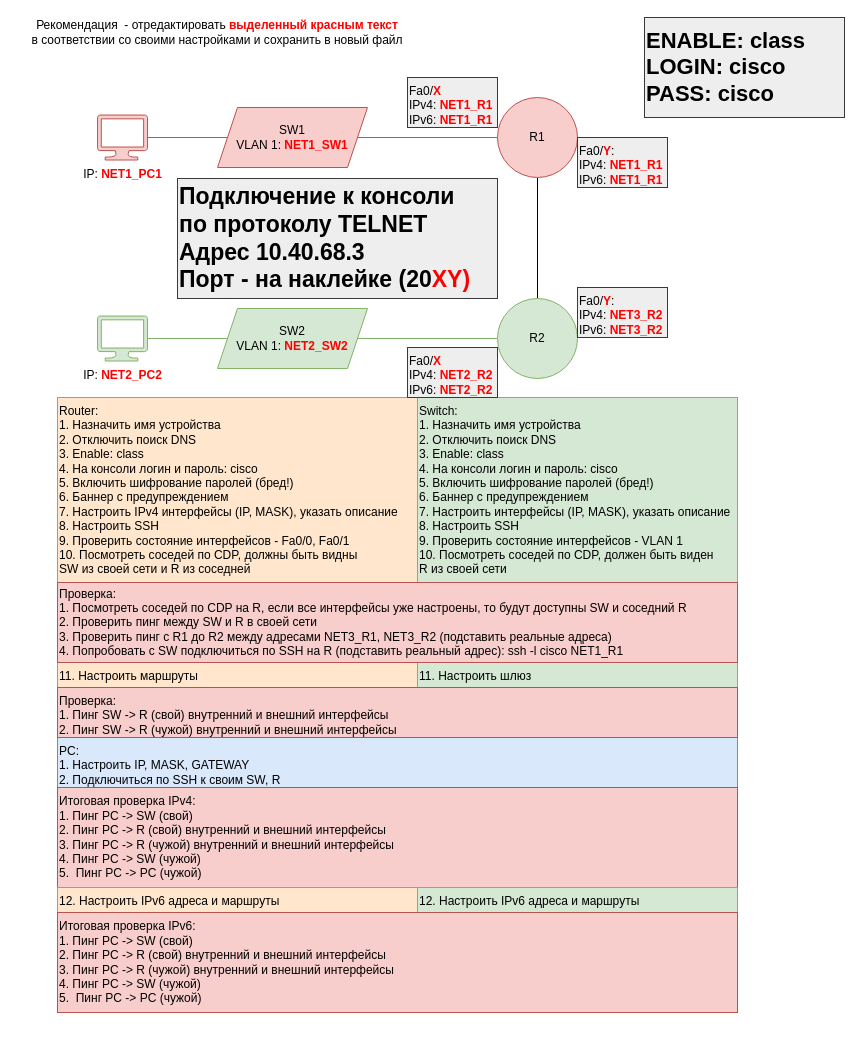
The draw.io diagram CiscoNET.drawio in plazmer/Diagrams.Net, before the edit. Source tidied: cells renumbered, new cells numbered last; positions are measured from the earlier drawing's top-left corner, leaving out a move shared by most shapes. Both pictures are drawn from the tidied source at 100%, with x=0, y=0 at pixel (17, 17).
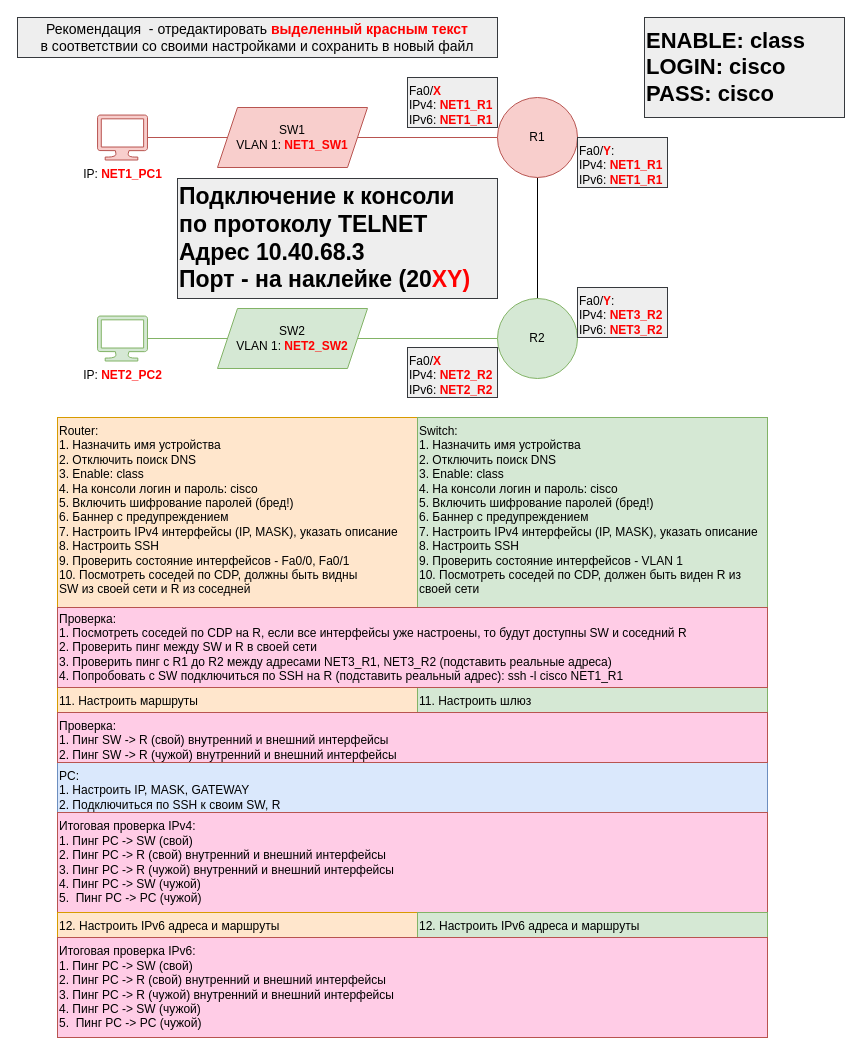
The same page after the edit.

The edit, as a diff of the source:
```diff
@@
     <mxCell id="15" value="11. Настроить маршруты" style="text;html=1;strokeColor=#d79b00;fillColor=#ffe6cc;align=left;verticalAlign=top;whiteSpace=wrap;rounded=0;" parent="1" vertex="1">
-      <mxGeometry x="40" y="645" width="360" height="25" as="geometry" />
+      <mxGeometry x="40" y="670" width="360" height="25" as="geometry" />
     </mxCell>
     <mxCell id="16" value="11. Настроить шлюз" style="text;html=1;strokeColor=#82b366;fillColor=#d5e8d4;align=left;verticalAlign=top;whiteSpace=wrap;rounded=0;" parent="1" vertex="1">
-      <mxGeometry x="400" y="645" width="320" height="25" as="geometry" />
+      <mxGeometry x="400" y="670" width="350" height="25" as="geometry" />
     </mxCell>
@@
     <mxCell id="19" value="PC:&lt;br&gt;1. Настроить IP, MASK, GATEWAY&lt;br&gt;2. Подключиться по SSH к своим SW, R" style="text;html=1;strokeColor=#6c8ebf;fillColor=#dae8fc;align=left;verticalAlign=top;whiteSpace=wrap;rounded=0;" parent="1" vertex="1">
-      <mxGeometry x="40" y="720" width="680" height="50" as="geometry" />
+      <mxGeometry x="40" y="745" width="710" height="50" as="geometry" />
     </mxCell>
-    <mxCell id="20" value="Итоговая проверка IPv4:&amp;nbsp;&lt;br&gt;1. Пинг PC -&amp;gt; SW (свой)&lt;br&gt;2. Пинг PC -&amp;gt; R (свой) внутренний и внешний интерфейсы&lt;br&gt;3. Пинг PC -&amp;gt; R (чужой) внутренний и внешний интерфейсы&lt;br&gt;4.&amp;nbsp;Пинг PC -&amp;gt; SW (чужой)&lt;br&gt;5.&amp;nbsp;&amp;nbsp;Пинг PC -&amp;gt; PC (чужой)" style="text;html=1;strokeColor=#b85450;fillColor=#f8cecc;align=left;verticalAlign=middle;whiteSpace=wrap;rounded=0;" parent="1" vertex="1">
-      <mxGeometry x="40" y="770" width="680" height="100" as="geometry" />
+    <mxCell id="20" value="Итоговая проверка IPv4:&amp;nbsp;&lt;br&gt;1. Пинг PC -&amp;gt; SW (свой)&lt;br&gt;2. Пинг PC -&amp;gt; R (свой) внутренний и внешний интерфейсы&lt;br&gt;3. Пинг PC -&amp;gt; R (чужой) внутренний и внешний интерфейсы&lt;br&gt;4.&amp;nbsp;Пинг PC -&amp;gt; SW (чужой)&lt;br&gt;5.&amp;nbsp;&amp;nbsp;Пинг PC -&amp;gt; PC (чужой)" style="text;html=1;strokeColor=#b85450;fillColor=#FFCCE6;align=left;verticalAlign=middle;whiteSpace=wrap;rounded=0;" parent="1" vertex="1">
+      <mxGeometry x="40" y="795" width="710" height="100" as="geometry" />
     </mxCell>
     <mxCell id="21" value="Router:&lt;br&gt;1. Назначить имя устройства&lt;br&gt;2. Отключить поиск DNS&lt;br&gt;3. Enable: class&lt;br&gt;4. На консоли логин и пароль: cisco&lt;br&gt;5. Включить шифрование паролей (бред!)&lt;br&gt;6. Баннер с предупреждением&lt;br&gt;7. Настроить IPv4 интерфейсы (IP, MASK), указать описание&lt;br&gt;8. Настроить SSH&lt;br&gt;9. Проверить состояние интерфейсов -&amp;nbsp;Fa0/0, Fa0/1&lt;br&gt;10. Посмотреть соседей по CDP, должны быть видны &lt;br&gt;SW из своей сети и R из соседней" style="text;html=1;strokeColor=#d79b00;fillColor=#ffe6cc;align=left;verticalAlign=top;whiteSpace=wrap;rounded=0;" parent="1" vertex="1">
-      <mxGeometry x="40" y="380" width="360" height="190" as="geometry" />
+      <mxGeometry x="40" y="400" width="360" height="190" as="geometry" />
     </mxCell>
-    <mxCell id="22" value="Switch:&lt;br style=&quot;border-color: var(--border-color);&quot;&gt;1. Назначить имя устройства&lt;br style=&quot;border-color: var(--border-color);&quot;&gt;2. Отключить поиск DNS&lt;br style=&quot;border-color: var(--border-color);&quot;&gt;3. Enable: class&lt;br style=&quot;border-color: var(--border-color);&quot;&gt;4. На консоли логин и пароль: cisco&lt;br style=&quot;border-color: var(--border-color);&quot;&gt;5. Включить шифрование паролей (бред!)&lt;br style=&quot;border-color: var(--border-color);&quot;&gt;6. Баннер с предупреждением&lt;br style=&quot;border-color: var(--border-color);&quot;&gt;7. Настроить интерфейсы (IP, MASK), указать описание&lt;br style=&quot;border-color: var(--border-color);&quot;&gt;8. Настроить SSH&lt;br&gt;9. Проверить состояние интерфейсов - VLAN 1&lt;br&gt;10. Посмотреть соседей по CDP, должен быть виден R&amp;nbsp;из своей сети" style="text;html=1;strokeColor=#82b366;fillColor=#d5e8d4;align=left;verticalAlign=top;whiteSpace=wrap;rounded=0;" parent="1" vertex="1">
-      <mxGeometry x="400" y="380" width="320" height="190" as="geometry" />
+    <mxCell id="22" value="Switch:&lt;br style=&quot;border-color: var(--border-color);&quot;&gt;1. Назначить имя устройства&lt;br style=&quot;border-color: var(--border-color);&quot;&gt;2. Отключить поиск DNS&lt;br style=&quot;border-color: var(--border-color);&quot;&gt;3. Enable: class&lt;br style=&quot;border-color: var(--border-color);&quot;&gt;4. На консоли логин и пароль: cisco&lt;br style=&quot;border-color: var(--border-color);&quot;&gt;5. Включить шифрование паролей (бред!)&lt;br style=&quot;border-color: var(--border-color);&quot;&gt;6. Баннер с предупреждением&lt;br style=&quot;border-color: var(--border-color);&quot;&gt;7. Настроить IPv4 интерфейсы (IP, MASK), указать описание&lt;br style=&quot;border-color: var(--border-color);&quot;&gt;8. Настроить SSH&lt;br&gt;9. Проверить состояние интерфейсов - VLAN 1&lt;br&gt;10. Посмотреть соседей по CDP, должен быть виден R&amp;nbsp;из своей сети" style="text;html=1;strokeColor=#82b366;fillColor=#d5e8d4;align=left;verticalAlign=top;whiteSpace=wrap;rounded=0;" parent="1" vertex="1">
+      <mxGeometry x="400" y="400" width="350" height="190" as="geometry" />
     </mxCell>
-    <mxCell id="23" value="Проверка:&lt;br&gt;1. Посмотреть соседей по CDP на R, если все интерфейсы уже настроены, то будут доступны SW и соседний R&lt;br&gt;2. Проверить пинг между SW&amp;nbsp;и&amp;nbsp;R в своей сети&lt;br&gt;3. Проверить пинг с R1 до R2 между адресами NET3_R1, NET3_R2 (подставить реальные адреса)&lt;br&gt;4. Попробовать с SW подключиться по SSH на R (подставить реальный адрес): ssh -l cisco NET1_R1" style="text;html=1;strokeColor=#b85450;fillColor=#f8cecc;align=left;verticalAlign=middle;whiteSpace=wrap;rounded=0;" parent="1" vertex="1">
-      <mxGeometry x="40" y="565" width="680" height="80" as="geometry" />
+    <mxCell id="23" value="Проверка:&lt;br&gt;1. Посмотреть соседей по CDP на R, если все интерфейсы уже настроены, то будут доступны SW и соседний R&lt;br&gt;2. Проверить пинг между SW&amp;nbsp;и&amp;nbsp;R в своей сети&lt;br&gt;3. Проверить пинг с R1 до R2 между адресами NET3_R1, NET3_R2 (подставить реальные адреса)&lt;br&gt;4. Попробовать с SW подключиться по SSH на R (подставить реальный адрес): ssh -l cisco NET1_R1" style="text;html=1;strokeColor=#b85450;fillColor=#FFCCE6;align=left;verticalAlign=middle;whiteSpace=wrap;rounded=0;" parent="1" vertex="1">
+      <mxGeometry x="40" y="590" width="710" height="80" as="geometry" />
     </mxCell>
-    <mxCell id="24" value="Проверка:&amp;nbsp;&lt;br&gt;1. Пинг SW -&amp;gt; R (свой) внутренний и внешний интерфейсы&lt;br&gt;2. Пинг SW -&amp;gt; R (чужой) внутренний и внешний интерфейсы" style="text;html=1;strokeColor=#b85450;fillColor=#f8cecc;align=left;verticalAlign=top;whiteSpace=wrap;rounded=0;" parent="1" vertex="1">
-      <mxGeometry x="40" y="670" width="680" height="50" as="geometry" />
+    <mxCell id="24" value="Проверка:&amp;nbsp;&lt;br&gt;1. Пинг SW -&amp;gt; R (свой) внутренний и внешний интерфейсы&lt;br&gt;2. Пинг SW -&amp;gt; R (чужой) внутренний и внешний интерфейсы" style="text;html=1;strokeColor=#b85450;fillColor=#FFCCE6;align=left;verticalAlign=top;whiteSpace=wrap;rounded=0;" parent="1" vertex="1">
+      <mxGeometry x="40" y="695" width="710" height="50" as="geometry" />
     </mxCell>
@@
     <mxCell id="27" value="12. Настроить IPv6 адреса и маршруты" style="text;html=1;strokeColor=#d79b00;fillColor=#ffe6cc;align=left;verticalAlign=top;whiteSpace=wrap;rounded=0;" parent="1" vertex="1">
-      <mxGeometry x="40" y="870" width="360" height="25" as="geometry" />
+      <mxGeometry x="40" y="895" width="360" height="25" as="geometry" />
     </mxCell>
     <mxCell id="28" value="12. Настроить IPv6 адреса и маршруты" style="text;html=1;strokeColor=#82b366;fillColor=#d5e8d4;align=left;verticalAlign=top;whiteSpace=wrap;rounded=0;" parent="1" vertex="1">
-      <mxGeometry x="400" y="870" width="320" height="25" as="geometry" />
+      <mxGeometry x="400" y="895" width="350" height="25" as="geometry" />
     </mxCell>
-    <mxCell id="29" value="Итоговая проверка IPv6:&amp;nbsp;&lt;br&gt;1. Пинг PC -&amp;gt; SW (свой)&lt;br&gt;2. Пинг PC -&amp;gt; R (свой) внутренний и внешний интерфейсы&lt;br&gt;3. Пинг PC -&amp;gt; R (чужой) внутренний и внешний интерфейсы&lt;br&gt;4.&amp;nbsp;Пинг PC -&amp;gt; SW (чужой)&lt;br&gt;5.&amp;nbsp;&amp;nbsp;Пинг PC -&amp;gt; PC (чужой)" style="text;html=1;strokeColor=#b85450;fillColor=#f8cecc;align=left;verticalAlign=middle;whiteSpace=wrap;rounded=0;" parent="1" vertex="1">
-      <mxGeometry x="40" y="895" width="680" height="100" as="geometry" />
+    <mxCell id="29" value="Итоговая проверка IPv6:&amp;nbsp;&lt;br&gt;1. Пинг PC -&amp;gt; SW (свой)&lt;br&gt;2. Пинг PC -&amp;gt; R (свой) внутренний и внешний интерфейсы&lt;br&gt;3. Пинг PC -&amp;gt; R (чужой) внутренний и внешний интерфейсы&lt;br&gt;4.&amp;nbsp;Пинг PC -&amp;gt; SW (чужой)&lt;br&gt;5.&amp;nbsp;&amp;nbsp;Пинг PC -&amp;gt; PC (чужой)" style="text;html=1;strokeColor=#b85450;fillColor=#FFCCE6;align=left;verticalAlign=middle;whiteSpace=wrap;rounded=0;" parent="1" vertex="1">
+      <mxGeometry x="40" y="920" width="710" height="100" as="geometry" />
     </mxCell>
-    <mxCell id="30" value="Рекомендация&amp;nbsp; - отредактировать &lt;b&gt;&lt;font color=&quot;#ff0000&quot;&gt;выделенный красным текст&lt;/font&gt;&lt;/b&gt; &lt;br&gt;в соответствии со своими настройками и сохранить в новый файл" style="text;html=1;strokeColor=none;fillColor=none;align=center;verticalAlign=middle;whiteSpace=wrap;rounded=0;" parent="1" vertex="1">
-      <mxGeometry width="400" height="30" as="geometry" />
+    <mxCell id="30" value="Рекомендация&amp;nbsp; - отредактировать &lt;b style=&quot;font-size: 14px;&quot;&gt;&lt;font color=&quot;#ff0000&quot; style=&quot;font-size: 14px;&quot;&gt;выделенный красным текст&lt;/font&gt;&lt;/b&gt; &lt;br style=&quot;font-size: 14px;&quot;&gt;в соответствии со своими настройками и сохранить в новый файл" style="text;html=1;strokeColor=#36393d;fillColor=#eeeeee;align=center;verticalAlign=middle;whiteSpace=wrap;rounded=0;fontSize=14;" parent="1" vertex="1">
+      <mxGeometry width="480" height="40" as="geometry" />
     </mxCell>
```
